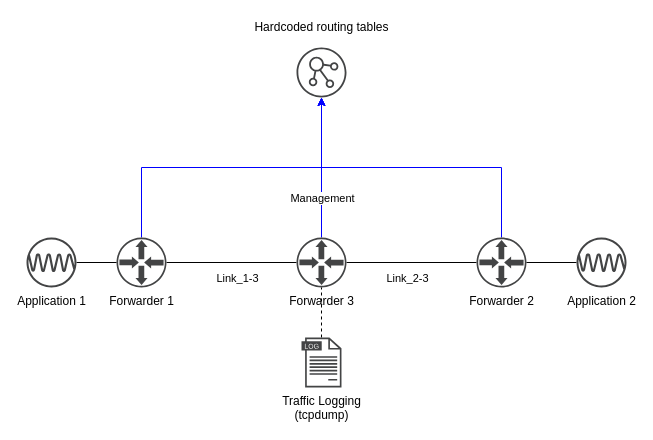
The draw.io diagram Topology.drawio in cianmawhinney/CSU33031-Assignment-2, before the edit. Source tidied: cells renumbered, new cells numbered last; positions are measured from the earlier drawing's top-left corner, leaving out a move shared by most shapes. Both pictures are drawn from the tidied source at 100%, with x=0, y=0 at pixel (26, 17).
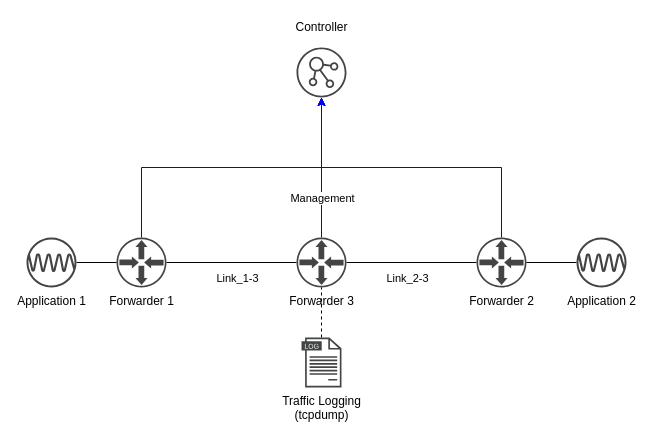
After the change.

Commit message:
Update topology diagram to include controller

What changed in the source:
```diff
@@
-    <mxCell id="18" value="Hardcoded routing tables" style="text;html=1;align=center;verticalAlign=middle;strokeColor=none;" parent="1" vertex="1">
-      <mxGeometry x="220" width="150" height="20" as="geometry" />
+    <mxCell id="18" value="Controller" style="text;html=1;align=center;verticalAlign=middle;strokeColor=none;" parent="1" vertex="1">
+      <mxGeometry x="260" width="70" height="20" as="geometry" />
     </mxCell>
```
